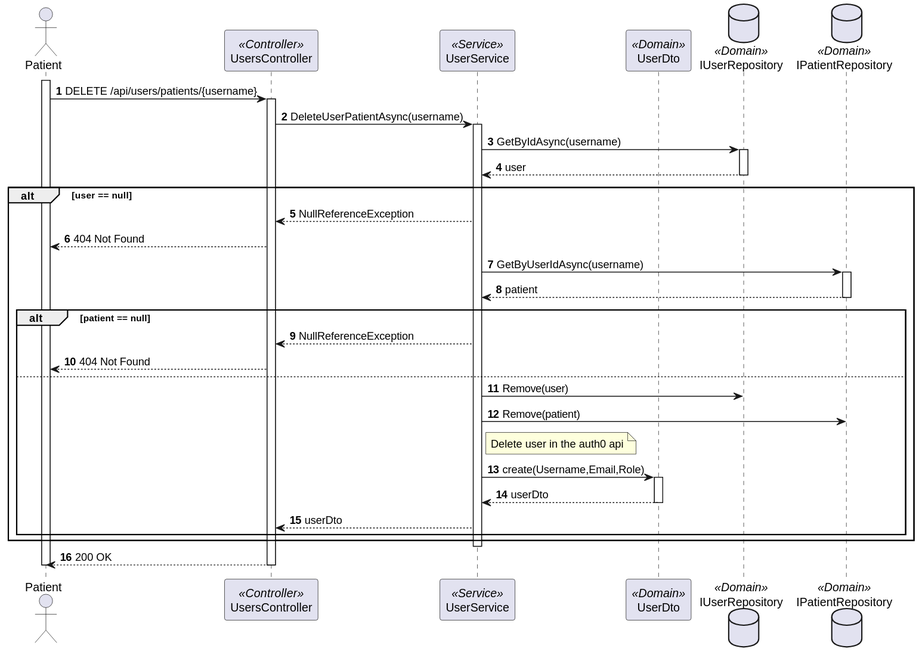
Above: docs/sprint-a/us-5.1.5/views/level3/process-view-2.svg in 1220846/sem5pi-24-25-3ddg20 (PlantUML), before the change.
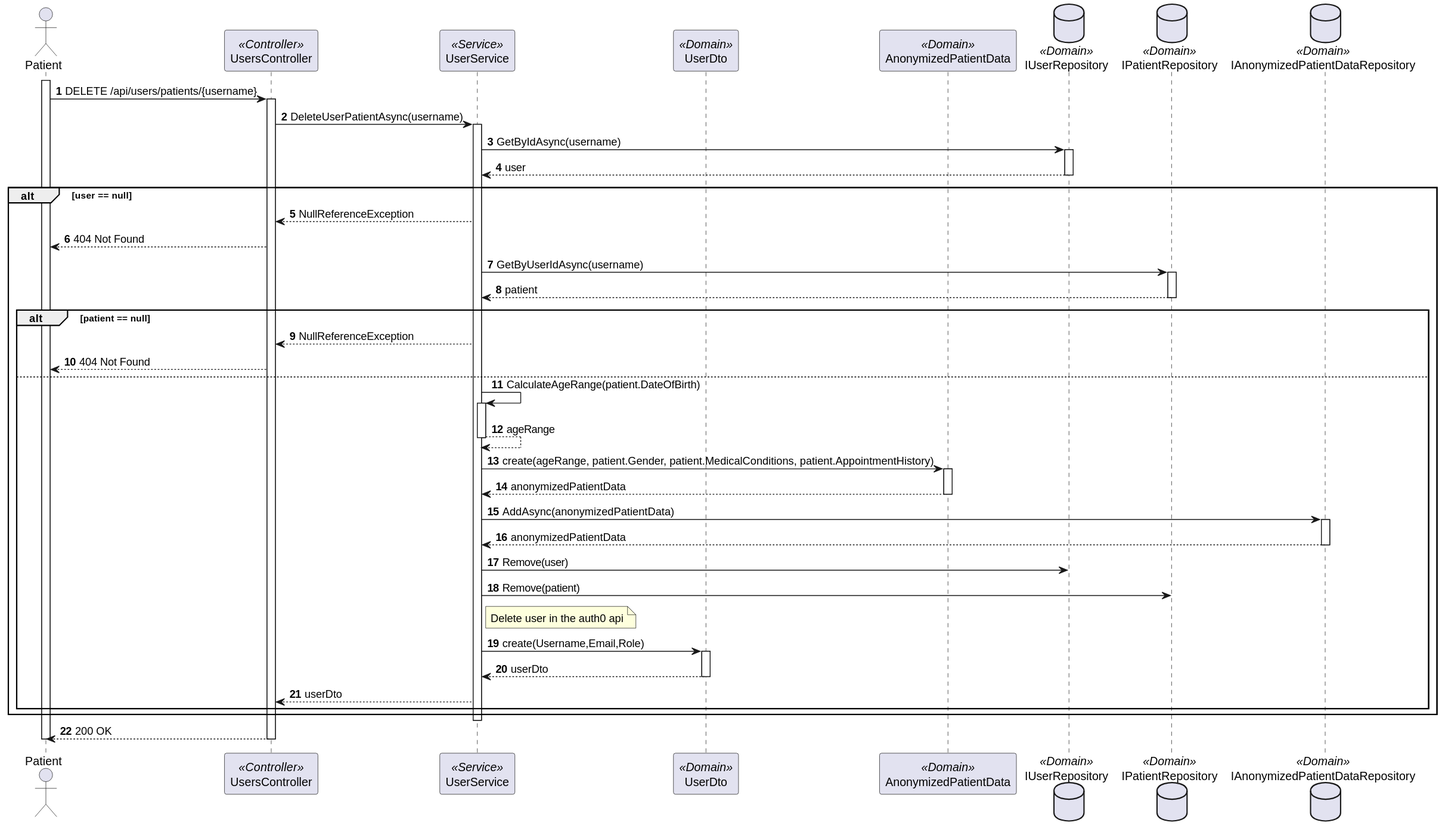
After the change.

Commit message:
docs: fix process-views level for anonymized patient data #5

The edit, as a diff of the source:
```diff
@@ -5,8 +5,10 @@
 participant "UsersController" as Controller <<Controller>>
 participant "UserService" as Service <<Service>>
 participant "UserDto" as UserDto <<Domain>>
+participant "AnonymizedPatientData" as AnonymizedPatientData <<Domain>>
 database "IUserRepository" as UserRepository <<Domain>>
 database "IPatientRepository" as PatientRepository <<Domain>>
+database "IAnonymizedPatientDataRepository" as AnonymizedPatientDataRepository <<Domain>>
 
 activate PatientActor
 
@@ -48,6 +50,30 @@
 
             else
 
+                Service  -> Service : CalculateAgeRange(patient.DateOfBirth)
+
+                activate Service
+
+                    Service --> Service : ageRange
+
+                deactivate Service
+
+                Service -> AnonymizedPatientData : create(ageRange, patient.Gender, patient.MedicalConditions, patient.AppointmentHistory)
+
+                activate AnonymizedPatientData
+
+                    AnonymizedPatientData --> Service :  anonymizedPatientData
+
+                deactivate AnonymizedPatientData
+
+                Service -> AnonymizedPatientDataRepository : AddAsync(anonymizedPatientData)
+
+                activate  AnonymizedPatientDataRepository
+
+                    AnonymizedPatientDataRepository --> Service: anonymizedPatientData
+
+                deactivate AnonymizedPatientDataRepository
+
                 Service  -> UserRepository : Remove(user)
 
                 Service -> PatientRepository : Remove(patient)
```
